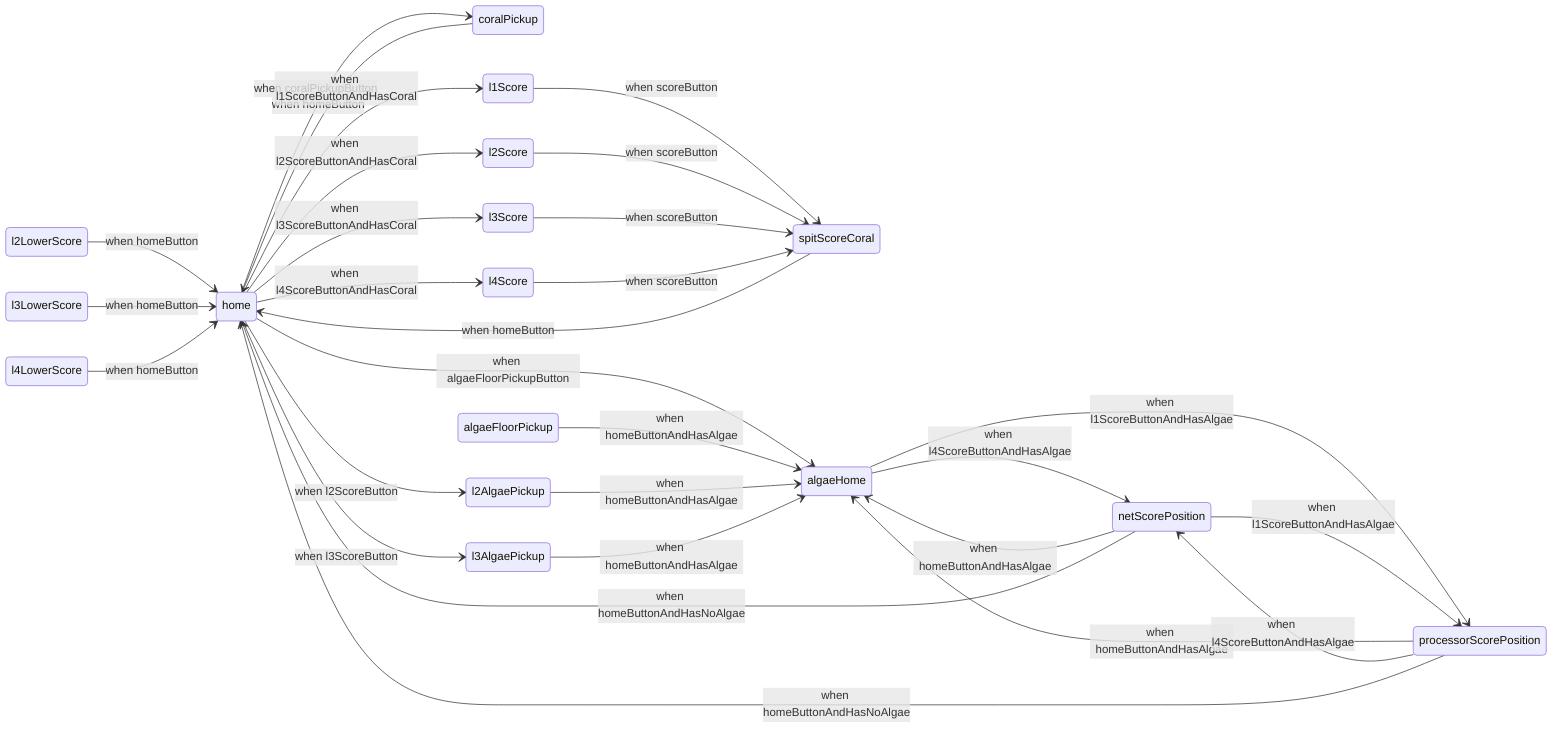
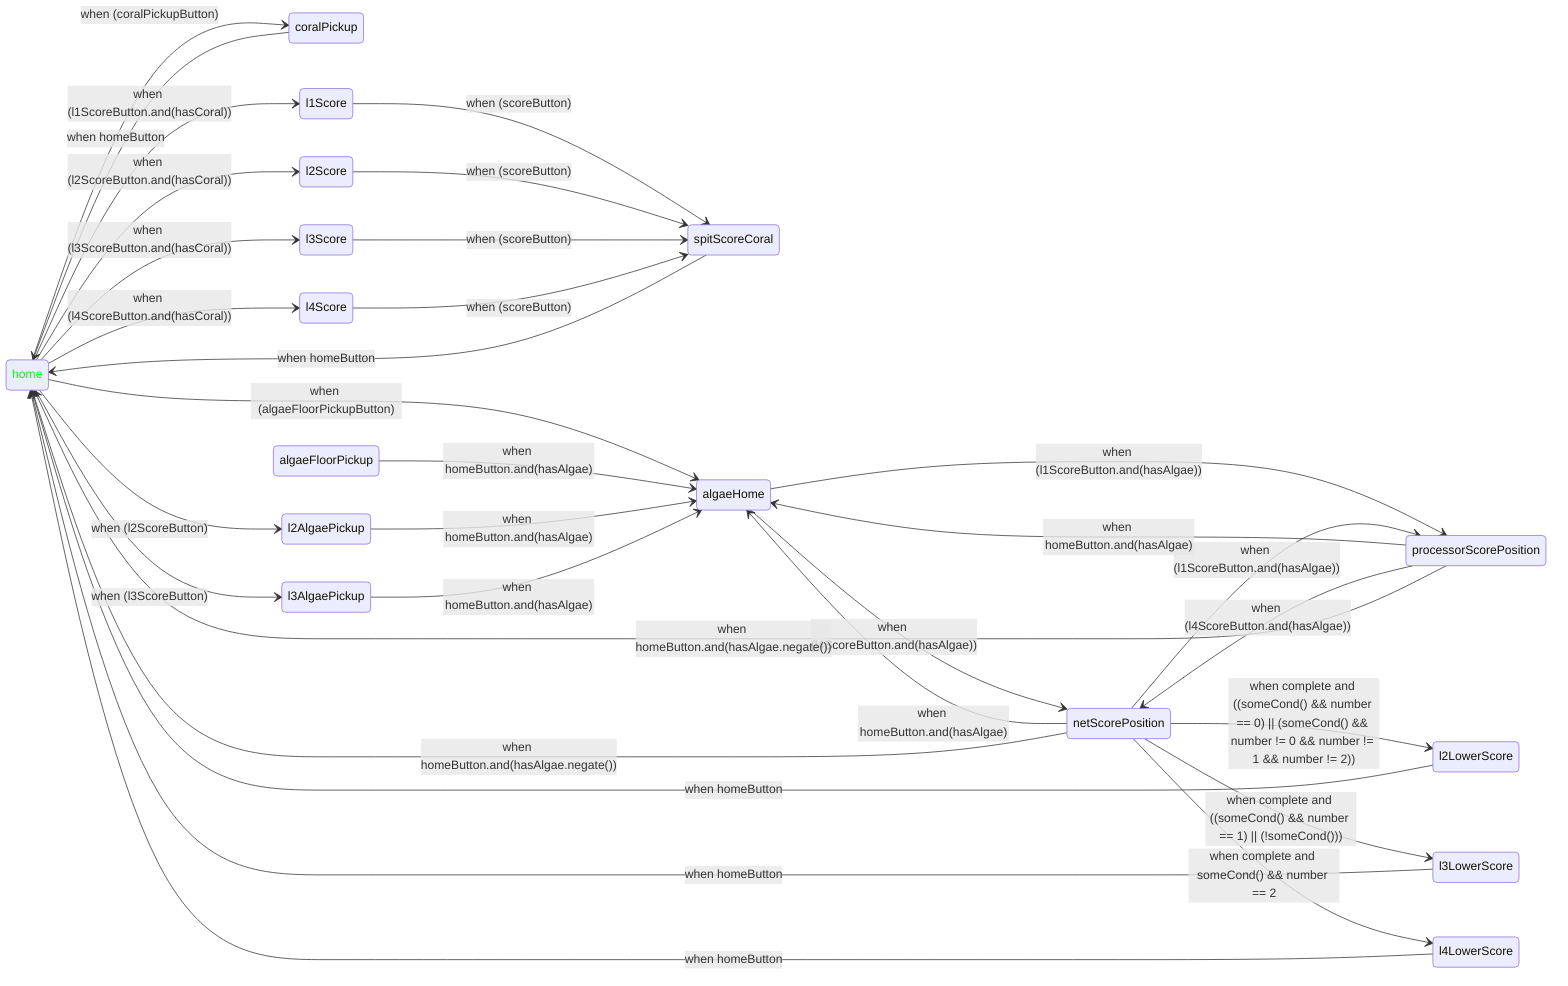
stateDiagram-v2
    direction LR

-     home --> coralPickup : when coralPickupButton
+     home --> coralPickup : when (coralPickupButton)
    coralPickup --> home : when homeButton
-     home --> l1Score : when l1ScoreButtonAndHasCoral
-     home --> l2Score : when l2ScoreButtonAndHasCoral
-     home --> l3Score : when l3ScoreButtonAndHasCoral
-     home --> l4Score : when l4ScoreButtonAndHasCoral
-     l1Score --> spitScoreCoral : when scoreButton
-     l2Score --> spitScoreCoral : when scoreButton
-     l3Score --> spitScoreCoral : when scoreButton
-     l4Score --> spitScoreCoral : when scoreButton
+     home --> l1Score : when (l1ScoreButton.and(hasCoral))
+     home --> l2Score : when (l2ScoreButton.and(hasCoral))
+     home --> l3Score : when (l3ScoreButton.and(hasCoral))
+     home --> l4Score : when (l4ScoreButton.and(hasCoral))
+     l1Score --> spitScoreCoral : when (scoreButton)
+     l2Score --> spitScoreCoral : when (scoreButton)
+     l3Score --> spitScoreCoral : when (scoreButton)
+     l4Score --> spitScoreCoral : when (scoreButton)
    spitScoreCoral --> home : when homeButton
    l2LowerScore --> home : when homeButton
    l3LowerScore --> home : when homeButton
    l4LowerScore --> home : when homeButton
-     home --> algaeHome : when algaeFloorPickupButton
-     home --> l2AlgaePickup : when l2ScoreButton
-     home --> l3AlgaePickup : when l3ScoreButton
-     algaeFloorPickup --> algaeHome : when homeButtonAndHasAlgae
-     l2AlgaePickup --> algaeHome : when homeButtonAndHasAlgae
-     l3AlgaePickup --> algaeHome : when homeButtonAndHasAlgae
-     algaeHome --> netScorePosition : when l4ScoreButtonAndHasAlgae
-     algaeHome --> processorScorePosition : when l1ScoreButtonAndHasAlgae
-     netScorePosition --> algaeHome : when homeButtonAndHasAlgae
-     netScorePosition --> processorScorePosition : when l1ScoreButtonAndHasAlgae
-     netScorePosition --> home : when homeButtonAndHasNoAlgae
-     processorScorePosition --> algaeHome : when homeButtonAndHasAlgae
-     processorScorePosition --> netScorePosition : when l4ScoreButtonAndHasAlgae
-     processorScorePosition --> home : when homeButtonAndHasNoAlgae
+     home --> algaeHome : when (algaeFloorPickupButton)
+     home --> l2AlgaePickup : when (l2ScoreButton)
+     home --> l3AlgaePickup : when (l3ScoreButton)
+     algaeFloorPickup --> algaeHome : when homeButton.and(hasAlgae)
+     l2AlgaePickup --> algaeHome : when homeButton.and(hasAlgae)
+     l3AlgaePickup --> algaeHome : when homeButton.and(hasAlgae)
+     algaeHome --> netScorePosition : when (l4ScoreButton.and(hasAlgae))
+     algaeHome --> processorScorePosition : when (l1ScoreButton.and(hasAlgae))
+     netScorePosition --> algaeHome : when homeButton.and(hasAlgae)
+     netScorePosition --> processorScorePosition : when (l1ScoreButton.and(hasAlgae))
+     netScorePosition --> home : when homeButton.and(hasAlgae.negate())
+     netScorePosition --> l2LowerScore : when complete and ((someCond() && number == 0) || (someCond() && number != 0 && number != 1 && number != 2))
+     netScorePosition --> l3LowerScore : when complete and ((someCond() && number == 1) || (!someCond()))
+     netScorePosition --> l4LowerScore : when complete and someCond() && number == 2
+     processorScorePosition --> algaeHome : when homeButton.and(hasAlgae)
+     processorScorePosition --> netScorePosition : when (l4ScoreButton.and(hasAlgae))
+     processorScorePosition --> home : when homeButton.and(hasAlgae.negate())
+ 
+     classDef initialState color:#00FF00
+     class home initialState